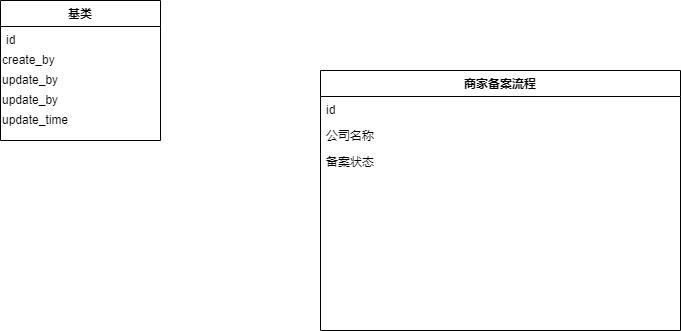
The draw.io diagram test2.drawio.png in cavs-coder/diagrams, before a commit. Source tidied: cells renumbered, new cells last; positions are measured from the earlier drawing's top-left corner, leaving out a move shared by most shapes.
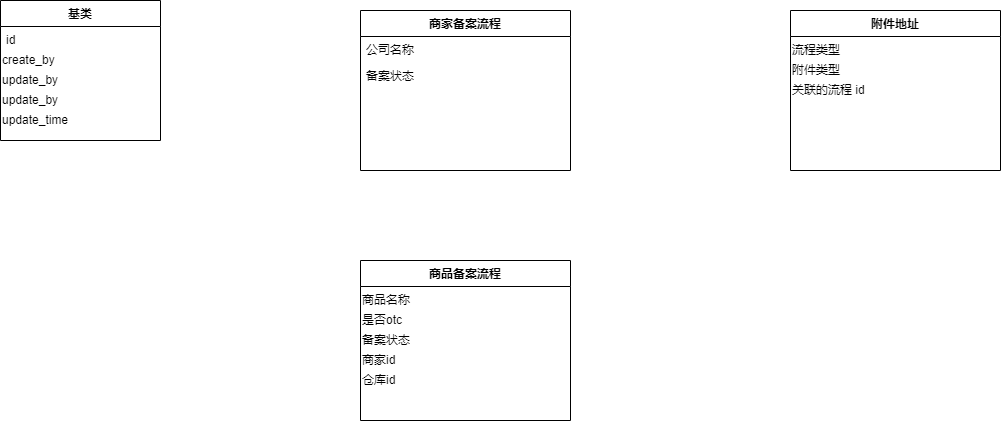
After the change.

The edit, as a diff of the source:
```diff
@@ -3,19 +3,16 @@
     <mxCell id="0" />
     <mxCell id="1" parent="0" />
     <mxCell id="2" value="商家备案流程" style="swimlane;fontStyle=1;align=center;verticalAlign=top;horizontal=1;startSize=26;rounded=0;shadow=0;strokeWidth=1;" parent="1" vertex="1">
-      <mxGeometry x="320" y="70" width="360" height="260" as="geometry" />
+      <mxGeometry x="-860" y="-1490" width="210" height="160" as="geometry" />
     </mxCell>
-    <mxCell id="3" value="id" style="text;align=left;verticalAlign=top;spacingLeft=4;spacingRight=4;overflow=hidden;" parent="2" vertex="1">
-      <mxGeometry y="26" width="360" height="26" as="geometry" />
-    </mxCell>
     <mxCell id="4" value="公司名称" style="text;align=left;verticalAlign=top;spacingLeft=4;spacingRight=4;overflow=hidden;rounded=0;shadow=0;html=0;" parent="2" vertex="1">
-      <mxGeometry y="52" width="360" height="26" as="geometry" />
+      <mxGeometry y="26" width="210" height="26" as="geometry" />
     </mxCell>
     <mxCell id="5" value="备案状态" style="text;align=left;verticalAlign=top;spacingLeft=4;spacingRight=4;overflow=hidden;rounded=0;shadow=0;html=0;" parent="2" vertex="1">
-      <mxGeometry y="78" width="360" height="26" as="geometry" />
+      <mxGeometry y="52" width="210" height="26" as="geometry" />
     </mxCell>
     <mxCell id="6" value="基类" style="swimlane;fontStyle=1;align=center;verticalAlign=top;horizontal=1;startSize=26;rounded=0;shadow=0;strokeWidth=1;" parent="1" vertex="1">
-      <mxGeometry width="160" height="140" as="geometry" />
+      <mxGeometry x="-1220" y="-1500" width="160" height="140" as="geometry" />
     </mxCell>
     <mxCell id="7" value="id" style="text;align=left;verticalAlign=top;spacingLeft=4;spacingRight=4;overflow=hidden;" parent="6" vertex="1">
       <mxGeometry y="26" width="160" height="20" as="geometry" />
@@ -32,5 +29,35 @@
     <mxCell id="11" value="update_time" style="text;html=1;align=left;verticalAlign=top;strokeColor=none;fillColor=none;" parent="6" vertex="1">
       <mxGeometry y="106" width="160" height="20" as="geometry" />
     </mxCell>
+    <mxCell id="12" value="商品备案流程" style="swimlane;fontStyle=1;align=center;verticalAlign=top;horizontal=1;startSize=26;rounded=0;shadow=0;strokeWidth=1;" parent="1" vertex="1">
+      <mxGeometry x="-860" y="-1240" width="210" height="160" as="geometry" />
+    </mxCell>
+    <mxCell id="13" value="商品名称" style="text;html=1;align=left;verticalAlign=top;strokeColor=none;fillColor=none;" parent="12" vertex="1">
+      <mxGeometry y="26" width="210" height="20" as="geometry" />
+    </mxCell>
+    <mxCell id="14" value="是否otc" style="text;html=1;align=left;verticalAlign=top;strokeColor=none;fillColor=none;" parent="12" vertex="1">
+      <mxGeometry y="46" width="210" height="20" as="geometry" />
+    </mxCell>
+    <mxCell id="15" value="&lt;span style=&quot;&quot;&gt;备案状态&lt;/span&gt;" style="text;html=1;align=left;verticalAlign=top;strokeColor=none;fillColor=none;" parent="12" vertex="1">
+      <mxGeometry y="66" width="210" height="20" as="geometry" />
+    </mxCell>
+    <mxCell id="16" value="商家id" style="text;html=1;align=left;verticalAlign=top;strokeColor=none;fillColor=none;" parent="12" vertex="1">
+      <mxGeometry y="86" width="210" height="20" as="geometry" />
+    </mxCell>
+    <mxCell id="17" value="&lt;span&gt;仓库id&lt;/span&gt;" style="text;html=1;align=left;verticalAlign=top;strokeColor=none;fillColor=none;" parent="12" vertex="1">
+      <mxGeometry y="106" width="210" height="20" as="geometry" />
+    </mxCell>
+    <mxCell id="18" value="附件地址" style="swimlane;fontStyle=1;align=center;verticalAlign=top;horizontal=1;startSize=26;rounded=0;shadow=0;strokeWidth=1;" parent="1" vertex="1">
+      <mxGeometry x="-430" y="-1490" width="210" height="160" as="geometry" />
+    </mxCell>
+    <mxCell id="19" value="流程类型" style="text;html=1;align=left;verticalAlign=top;strokeColor=none;fillColor=none;" parent="18" vertex="1">
+      <mxGeometry y="26" width="210" height="20" as="geometry" />
+    </mxCell>
+    <mxCell id="20" value="附件类型" style="text;html=1;align=left;verticalAlign=top;strokeColor=none;fillColor=none;" parent="18" vertex="1">
+      <mxGeometry y="46" width="210" height="20" as="geometry" />
+    </mxCell>
+    <mxCell id="21" value="关联的流程 id" style="text;html=1;align=left;verticalAlign=top;strokeColor=none;fillColor=none;" parent="18" vertex="1">
+      <mxGeometry y="66" width="210" height="20" as="geometry" />
+    </mxCell>
   </root>
 </mxGraphModel>
```
